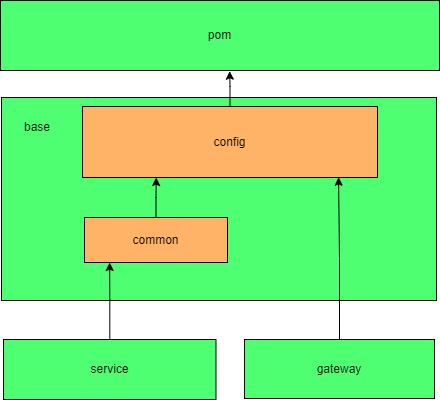
Above: lucky-draw/模块关系.png in Minh-X/draw.io (draw.io), before the change. Source tidied: cells renumbered, new cells last; positions are measured from the earlier drawing's top-left corner, leaving out a move shared by most shapes. Its diagram source:
```xml
<mxGraphModel>
  <root>
    <mxCell id="0" />
    <mxCell id="1" parent="0" />
    <mxCell id="2" style="rounded=0;whiteSpace=wrap;html=1;fillColor=#4FFF72;" parent="1" vertex="1">
      <mxGeometry x="1" y="97" width="435" height="203" as="geometry" />
    </mxCell>
    <mxCell id="3" value="pom" style="rounded=0;whiteSpace=wrap;html=1;fillColor=#4FFF72;" parent="1" vertex="1">
      <mxGeometry width="439" height="70" as="geometry" />
    </mxCell>
    <mxCell id="4" style="edgeStyle=orthogonalEdgeStyle;rounded=0;jettySize=auto;html=1;entryX=0.868;entryY=0.997;entryDx=0;entryDy=0;entryPerimeter=0;" parent="1" edge="1" source="5" target="11">
      <mxGeometry relative="1" as="geometry" />
    </mxCell>
    <mxCell id="5" value="gateway" style="rounded=0;whiteSpace=wrap;html=1;fillColor=#4FFF72;" parent="1" vertex="1">
      <mxGeometry x="244" y="339" width="190" height="59" as="geometry" />
    </mxCell>
    <mxCell id="6" style="edgeStyle=orthogonalEdgeStyle;rounded=0;jettySize=auto;html=1;entryX=0.176;entryY=1.001;entryDx=0;entryDy=0;entryPerimeter=0;" parent="1" edge="1" source="7" target="9">
      <mxGeometry relative="1" as="geometry" />
    </mxCell>
    <mxCell id="7" value="service" style="rounded=0;whiteSpace=wrap;html=1;fillColor=#4FFF72;" parent="1" vertex="1">
      <mxGeometry x="3" y="339" width="212.5" height="60" as="geometry" />
    </mxCell>
    <mxCell id="8" style="edgeStyle=orthogonalEdgeStyle;rounded=0;jettySize=auto;html=1;entryX=0.25;entryY=1;entryDx=0;entryDy=0;" parent="1" edge="1" source="9" target="11">
      <mxGeometry relative="1" as="geometry" />
    </mxCell>
    <mxCell id="9" value="common" style="rounded=0;whiteSpace=wrap;html=1;fillColor=#FFB366;" parent="1" vertex="1">
      <mxGeometry x="84" y="217" width="143" height="45" as="geometry" />
    </mxCell>
    <mxCell id="10" style="edgeStyle=orthogonalEdgeStyle;rounded=0;jettySize=auto;html=1;entryX=0.522;entryY=1.01;entryDx=0;entryDy=0;entryPerimeter=0;" parent="1" edge="1" source="11" target="3">
      <mxGeometry relative="1" as="geometry" />
    </mxCell>
    <mxCell id="11" value="config" style="rounded=0;whiteSpace=wrap;html=1;fillColor=#FFB366;" parent="1" vertex="1">
      <mxGeometry x="82" y="106" width="295" height="71" as="geometry" />
    </mxCell>
    <mxCell id="12" value="base" style="text;html=1;strokeColor=none;fillColor=none;align=center;verticalAlign=middle;whiteSpace=wrap;rounded=0;" parent="1" vertex="1">
      <mxGeometry x="7" y="112" width="60" height="30" as="geometry" />
    </mxCell>
  </root>
</mxGraphModel>
```
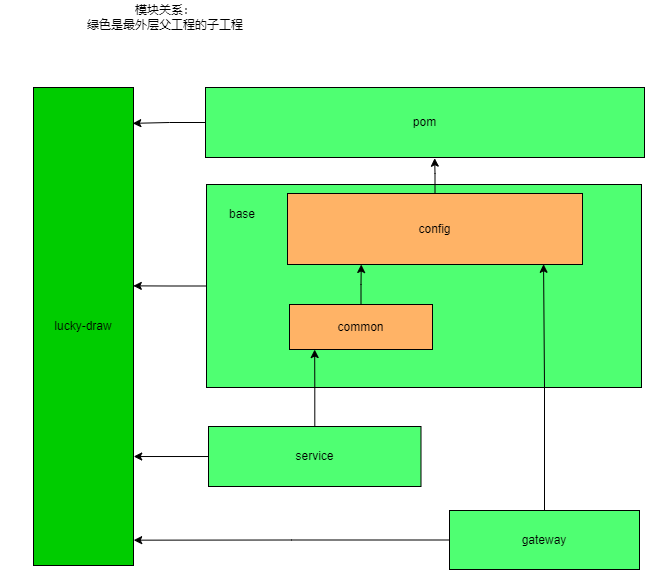
After the commit.

Commit message:
更新模块关系.png

What changed in the source:
```diff
@@ -2,21 +2,33 @@
   <root>
     <mxCell id="0" />
     <mxCell id="1" parent="0" />
+    <mxCell id="13" style="edgeStyle=orthogonalEdgeStyle;rounded=0;jettySize=auto;html=1;entryX=0.998;entryY=0.415;entryDx=0;entryDy=0;entryPerimeter=0;" parent="1" edge="1" source="2" target="18">
+      <mxGeometry relative="1" as="geometry" />
+    </mxCell>
     <mxCell id="2" style="rounded=0;whiteSpace=wrap;html=1;fillColor=#4FFF72;" parent="1" vertex="1">
       <mxGeometry x="1" y="97" width="435" height="203" as="geometry" />
     </mxCell>
+    <mxCell id="14" style="edgeStyle=orthogonalEdgeStyle;rounded=0;jettySize=auto;html=1;entryX=0.993;entryY=0.075;entryDx=0;entryDy=0;entryPerimeter=0;" parent="1" edge="1" source="3" target="18">
+      <mxGeometry relative="1" as="geometry" />
+    </mxCell>
     <mxCell id="3" value="pom" style="rounded=0;whiteSpace=wrap;html=1;fillColor=#4FFF72;" parent="1" vertex="1">
       <mxGeometry width="439" height="70" as="geometry" />
     </mxCell>
     <mxCell id="4" style="edgeStyle=orthogonalEdgeStyle;rounded=0;jettySize=auto;html=1;entryX=0.868;entryY=0.997;entryDx=0;entryDy=0;entryPerimeter=0;" parent="1" edge="1" source="5" target="11">
       <mxGeometry relative="1" as="geometry" />
     </mxCell>
+    <mxCell id="15" style="edgeStyle=orthogonalEdgeStyle;rounded=0;jettySize=auto;html=1;entryX=1.002;entryY=0.947;entryDx=0;entryDy=0;entryPerimeter=0;" parent="1" edge="1" source="5" target="18">
+      <mxGeometry relative="1" as="geometry" />
+    </mxCell>
     <mxCell id="5" value="gateway" style="rounded=0;whiteSpace=wrap;html=1;fillColor=#4FFF72;" parent="1" vertex="1">
-      <mxGeometry x="244" y="339" width="190" height="59" as="geometry" />
+      <mxGeometry x="244" y="423" width="190" height="59" as="geometry" />
     </mxCell>
     <mxCell id="6" style="edgeStyle=orthogonalEdgeStyle;rounded=0;jettySize=auto;html=1;entryX=0.176;entryY=1.001;entryDx=0;entryDy=0;entryPerimeter=0;" parent="1" edge="1" source="7" target="9">
       <mxGeometry relative="1" as="geometry" />
     </mxCell>
+    <mxCell id="16" style="edgeStyle=orthogonalEdgeStyle;rounded=0;jettySize=auto;html=1;entryX=1.002;entryY=0.772;entryDx=0;entryDy=0;entryPerimeter=0;" parent="1" edge="1" source="7" target="18">
+      <mxGeometry relative="1" as="geometry" />
+    </mxCell>
     <mxCell id="7" value="service" style="rounded=0;whiteSpace=wrap;html=1;fillColor=#4FFF72;" parent="1" vertex="1">
       <mxGeometry x="3" y="339" width="212.5" height="60" as="geometry" />
     </mxCell>
@@ -35,5 +47,11 @@
     <mxCell id="12" value="base" style="text;html=1;strokeColor=none;fillColor=none;align=center;verticalAlign=middle;whiteSpace=wrap;rounded=0;" parent="1" vertex="1">
       <mxGeometry x="7" y="112" width="60" height="30" as="geometry" />
     </mxCell>
+    <mxCell id="17" value="模块关系：&lt;br&gt;绿色是最外层父工程的子工程" style="text;html=1;strokeColor=none;fillColor=none;align=center;verticalAlign=middle;whiteSpace=wrap;rounded=0;" parent="1" vertex="1">
+      <mxGeometry x="-205" y="-87" width="330" height="34" as="geometry" />
+    </mxCell>
+    <mxCell id="18" value="lucky-draw" style="rounded=0;whiteSpace=wrap;html=1;fillColor=#00CC00;" parent="1" vertex="1">
+      <mxGeometry x="-172" width="100" height="478" as="geometry" />
+    </mxCell>
   </root>
 </mxGraphModel>
```
